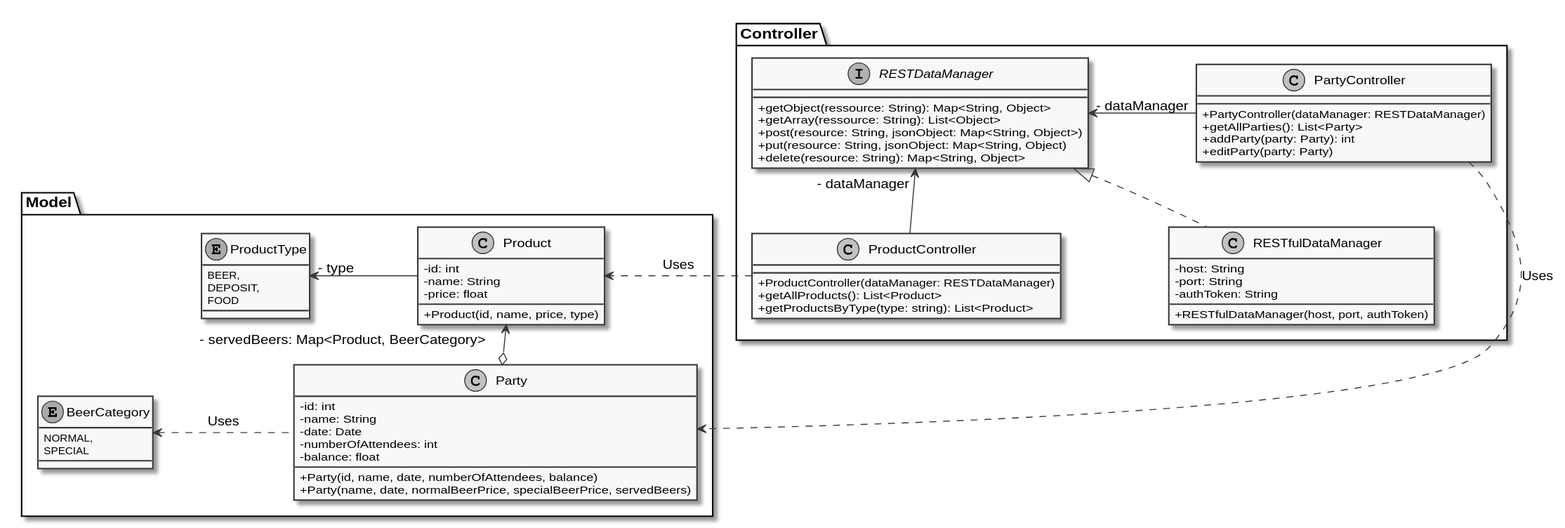
Earlier version of the PlantUML export docs/front-end/classDiagram.svg (lutrampal/sbeereck-app).
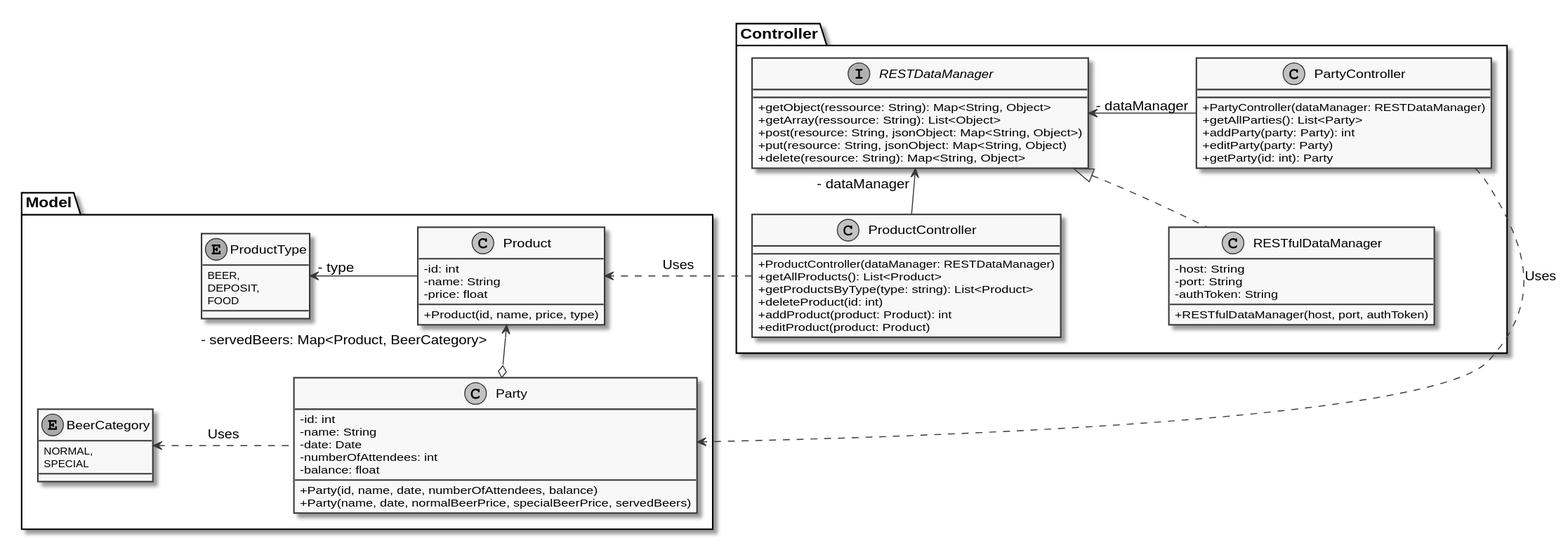
The same diagram one commit later.

Change to the diagram source:
```diff
@@ -64,6 +64,7 @@
 		+ getAllParties(): List<Party>
 		+ addParty(party: Party): int
 		+ editParty(party: Party)
+		+ getParty(id: int): Party
 	}
 
 	RESTDataManager "- dataManager" <- PartyController
@@ -72,6 +73,9 @@
 		+ ProductController(dataManager: RESTDataManager)
 		+ getAllProducts(): List<Product>
 		+ getProductsByType(type: string): List<Product>
+		+ deleteProduct(id: int)
+		+ addProduct(product: Product): int
+		+ editProduct(product: Product)
 	}
 
 	RESTDataManager "- dataManager" <-- ProductController
```
